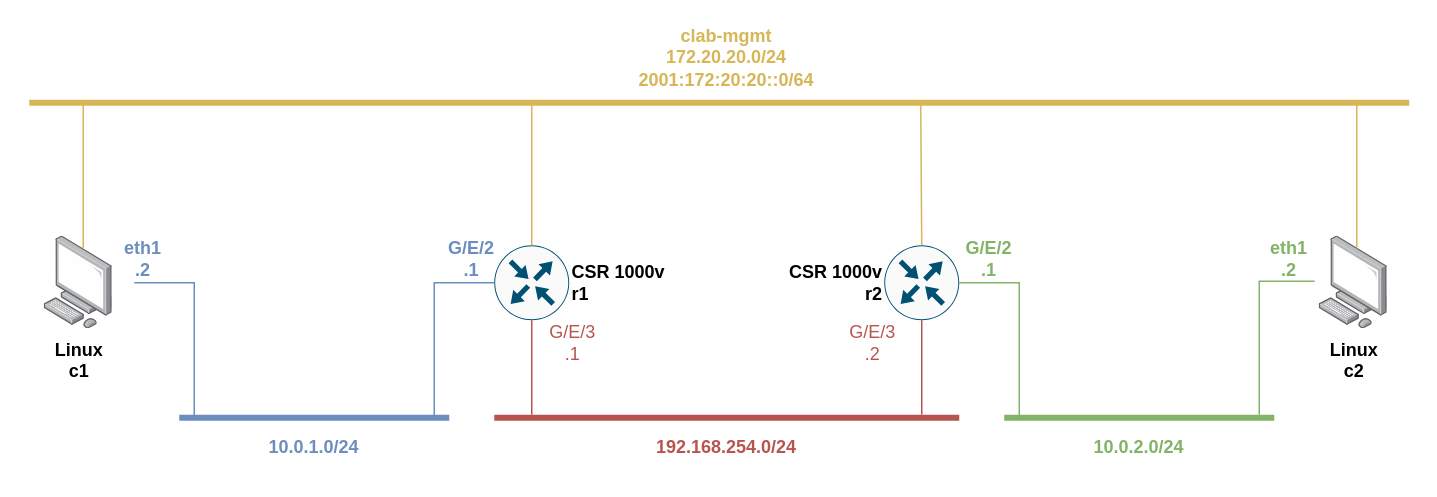
The draw.io diagram img/topology.drawio in giros-dit/containerlab-telemetry-testbed, before the edit. Source tidied: cells renumbered, new cells numbered last; positions are measured from the earlier drawing's top-left corner, leaving out a move shared by most shapes. Both pictures are drawn from the tidied source at 150%, with x=0, y=0 at pixel (28, 34).
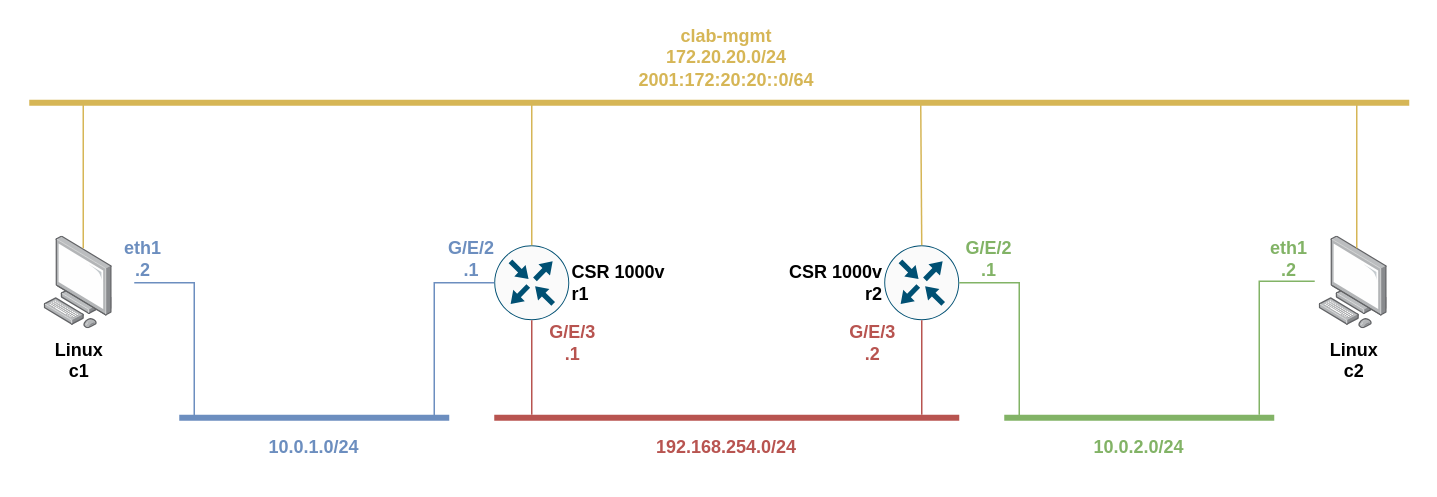
Above is the later version.

Commit message (it also covers changes not shown here):
Update topology diagram

The edit, as a diff of the source:
```diff
@@
-    <mxCell id="9" value="&lt;font color=&quot;#B85450&quot;&gt;G/E/3&lt;br&gt;.1&lt;/font&gt;" style="text;html=1;strokeColor=none;fillColor=none;align=center;verticalAlign=middle;whiteSpace=wrap;rounded=0;fontColor=#F8CECC;" parent="1" vertex="1">
+    <mxCell id="9" value="&lt;font color=&quot;#B85450&quot;&gt;G/E/3&lt;br&gt;.1&lt;/font&gt;" style="text;html=1;strokeColor=none;fillColor=none;align=center;verticalAlign=middle;whiteSpace=wrap;rounded=0;fontColor=#F8CECC;fontStyle=1;" parent="1" vertex="1">
       <mxGeometry x="350" y="190" width="25" height="30" as="geometry" />
     </mxCell>
@@
-    <mxCell id="18" value="&lt;font color=&quot;#B85450&quot;&gt;G/E/3&lt;br&gt;.2&lt;/font&gt;" style="text;html=1;strokeColor=none;fillColor=none;align=center;verticalAlign=middle;whiteSpace=wrap;rounded=0;fontColor=#F8CECC;" parent="1" vertex="1">
+    <mxCell id="18" value="&lt;font color=&quot;#B85450&quot;&gt;G/E/3&lt;br&gt;.2&lt;/font&gt;" style="text;html=1;strokeColor=none;fillColor=none;align=center;verticalAlign=middle;whiteSpace=wrap;rounded=0;fontColor=#F8CECC;fontStyle=1;" parent="1" vertex="1">
       <mxGeometry x="550" y="190" width="25" height="30" as="geometry" />
     </mxCell>
```
